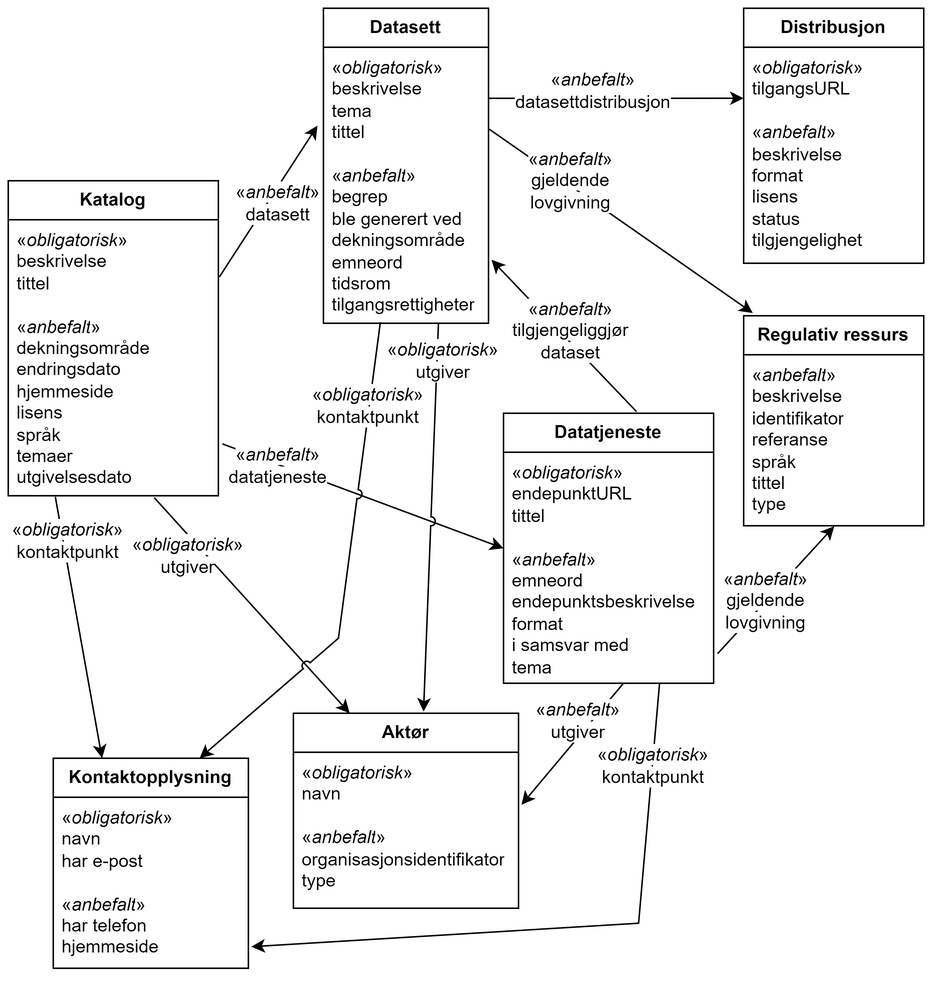
This is docs/images/DCAT-AP-NO-forenklet-fremstilling.png from Informasjonsforvaltning/dcat-ap-no, a draw.io export, as it was before one commit. Source tidied: cells renumbered, new cells last; positions are measured from the earlier drawing's top-left corner, leaving out a move shared by most shapes.
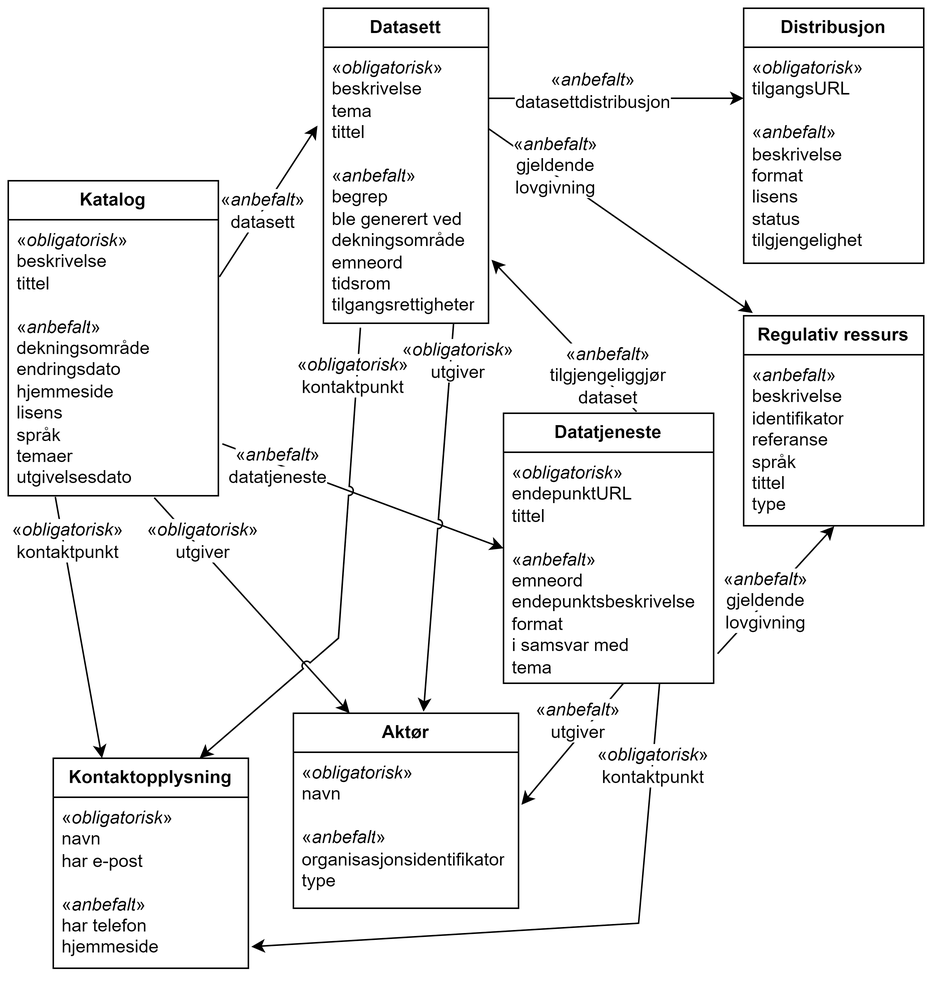
After the change.

Commit message:
Oppdaterer tegning forenklet fremstilling

Change to the diagram source:
```diff
@@ -30,7 +30,7 @@
       <mxGeometry relative="1" as="geometry" />
     </mxCell>
     <mxCell id="11" value="&lt;span style=&quot;background-color: rgb(255, 255, 255);&quot;&gt;«&lt;i&gt;obligatorisk&lt;/i&gt;»&lt;/span&gt;&lt;div&gt;&lt;span style=&quot;background-color: rgb(255, 255, 255);&quot;&gt;utgiver&lt;/span&gt;&lt;/div&gt;" style="text;html=1;align=center;verticalAlign=middle;whiteSpace=wrap;rounded=0;" parent="1" vertex="1">
-      <mxGeometry x="90" y="350" width="60" height="30" as="geometry" />
+      <mxGeometry x="100" y="340" width="60" height="30" as="geometry" />
     </mxCell>
     <mxCell id="12" value="&lt;b&gt;Datasett&lt;/b&gt;" style="swimlane;fontStyle=0;horizontal=1;startSize=26;fillColor=none;whiteSpace=wrap;html=1;" parent="1" vertex="1">
       <mxGeometry x="210" width="110" height="210" as="geometry" />
@@ -48,7 +48,7 @@
       <mxGeometry relative="1" as="geometry" />
     </mxCell>
     <mxCell id="17" value="&lt;span style=&quot;background-color: rgb(255, 255, 255);&quot;&gt;«&lt;i&gt;anbefalt&lt;/i&gt;»&lt;/span&gt;&lt;div&gt;&lt;span style=&quot;background-color: rgb(255, 255, 255);&quot;&gt;datasett&lt;/span&gt;&lt;/div&gt;" style="text;html=1;align=center;verticalAlign=middle;whiteSpace=wrap;rounded=0;" parent="1" vertex="1">
-      <mxGeometry x="150" y="115" width="60" height="30" as="geometry" />
+      <mxGeometry x="140" y="120" width="60" height="30" as="geometry" />
     </mxCell>
     <mxCell id="18" style="endArrow=classic;html=1;rounded=0;exitX=1.019;exitY=0.812;exitDx=0;exitDy=0;entryX=0;entryY=0.416;entryDx=0;entryDy=0;entryPerimeter=0;exitPerimeter=0;" parent="1" edge="1" source="3" target="15">
       <mxGeometry relative="1" as="geometry" />
@@ -56,11 +56,11 @@
     <mxCell id="19" value="&lt;span style=&quot;background-color: rgb(255, 255, 255);&quot;&gt;«&lt;i&gt;anbefalt&lt;/i&gt;»&lt;/span&gt;&lt;div&gt;&lt;span style=&quot;background-color: rgb(255, 255, 255);&quot;&gt;datatjeneste&lt;/span&gt;&lt;/div&gt;" style="text;html=1;align=center;verticalAlign=middle;whiteSpace=wrap;rounded=0;" parent="1" vertex="1">
       <mxGeometry x="150" y="290" width="60" height="30" as="geometry" />
     </mxCell>
-    <mxCell id="20" style="endArrow=classic;html=1;rounded=0;entryX=0.578;entryY=-0.008;entryDx=0;entryDy=0;exitX=0.697;exitY=1;exitDx=0;exitDy=0;exitPerimeter=0;jumpStyle=arc;entryPerimeter=0;" parent="1" edge="1" source="13" target="8">
+    <mxCell id="20" style="endArrow=classic;html=1;rounded=0;entryX=0.578;entryY=-0.008;entryDx=0;entryDy=0;exitX=0.788;exitY=1.002;exitDx=0;exitDy=0;exitPerimeter=0;jumpStyle=arc;entryPerimeter=0;" parent="1" edge="1" source="13" target="8">
       <mxGeometry relative="1" as="geometry" />
     </mxCell>
     <mxCell id="21" value="&lt;span style=&quot;background-color: rgb(255, 255, 255);&quot;&gt;«&lt;i&gt;obligatorisk&lt;/i&gt;»&lt;/span&gt;&lt;div&gt;&lt;span style=&quot;background-color: rgb(255, 255, 255);&quot;&gt;utgiver&lt;/span&gt;&lt;/div&gt;" style="text;html=1;align=center;verticalAlign=middle;whiteSpace=wrap;rounded=0;" parent="1" vertex="1">
-      <mxGeometry x="260" y="220" width="60" height="30" as="geometry" />
+      <mxGeometry x="270" y="220" width="60" height="30" as="geometry" />
     </mxCell>
     <mxCell id="22" value="&lt;b&gt;Distribusjon&lt;/b&gt;" style="swimlane;fontStyle=0;horizontal=1;startSize=26;fillColor=none;whiteSpace=wrap;html=1;" parent="1" vertex="1">
       <mxGeometry x="490" width="120" height="170" as="geometry" />
@@ -86,7 +86,7 @@
       <mxGeometry relative="1" as="geometry" />
     </mxCell>
     <mxCell id="29" value="&lt;span style=&quot;background-color: rgb(255, 255, 255);&quot;&gt;«&lt;i&gt;anbefalt&lt;/i&gt;»&lt;/span&gt;&lt;div&gt;&lt;span style=&quot;background-color: rgb(255, 255, 255);&quot;&gt;gjeldende lovgivning&lt;/span&gt;&lt;/div&gt;" style="text;html=1;align=center;verticalAlign=middle;whiteSpace=wrap;rounded=0;" parent="1" vertex="1">
-      <mxGeometry x="360" y="100" width="30" height="30" as="geometry" />
+      <mxGeometry x="350" y="90" width="30" height="30" as="geometry" />
     </mxCell>
     <mxCell id="30" style="endArrow=classic;html=1;rounded=0;entryX=0.503;entryY=1.003;entryDx=0;entryDy=0;entryPerimeter=0;exitX=1.019;exitY=0.872;exitDx=0;exitDy=0;exitPerimeter=0;" parent="1" edge="1" source="15" target="27">
       <mxGeometry relative="1" as="geometry" />
@@ -110,7 +110,7 @@
     <mxCell id="35" value="&lt;span style=&quot;background-color: rgb(255, 255, 255);&quot;&gt;«&lt;i&gt;obligatorisk&lt;/i&gt;»&lt;/span&gt;&lt;div&gt;&lt;span style=&quot;background-color: rgb(255, 255, 255);&quot;&gt;kontaktpunkt&lt;/span&gt;&lt;/div&gt;" style="text;html=1;align=center;verticalAlign=middle;whiteSpace=wrap;rounded=0;" parent="1" vertex="1">
       <mxGeometry x="400" y="490" width="60" height="30" as="geometry" />
     </mxCell>
-    <mxCell id="36" style="endArrow=classic;html=1;rounded=0;exitX=0.345;exitY=0.996;exitDx=0;exitDy=0;entryX=0.75;entryY=0;entryDx=0;entryDy=0;jumpStyle=arc;exitPerimeter=0;" parent="1" edge="1" source="13" target="4">
+    <mxCell id="36" style="endArrow=classic;html=1;rounded=0;exitX=0.224;exitY=1.016;exitDx=0;exitDy=0;entryX=0.75;entryY=0;entryDx=0;entryDy=0;jumpStyle=arc;exitPerimeter=0;" parent="1" edge="1" source="13" target="4">
       <mxGeometry relative="1" as="geometry">
         <Array as="points">
           <mxPoint x="220" y="420" />
@@ -118,13 +118,13 @@
       </mxGeometry>
     </mxCell>
     <mxCell id="37" value="&lt;span style=&quot;background-color: rgb(255, 255, 255);&quot;&gt;«&lt;i&gt;obligatorisk&lt;/i&gt;»&lt;/span&gt;&lt;div&gt;&lt;span style=&quot;background-color: rgb(255, 255, 255);&quot;&gt;kontaktpunkt&lt;/span&gt;&lt;/div&gt;" style="text;html=1;align=center;verticalAlign=middle;whiteSpace=wrap;rounded=0;" parent="1" vertex="1">
-      <mxGeometry x="210" y="250" width="60" height="30" as="geometry" />
+      <mxGeometry x="200" y="230" width="60" height="30" as="geometry" />
     </mxCell>
     <mxCell id="38" style="endArrow=classic;html=1;rounded=0;entryX=1.018;entryY=0.77;entryDx=0;entryDy=0;entryPerimeter=0;exitX=0.633;exitY=-0.006;exitDx=0;exitDy=0;exitPerimeter=0;" parent="1" edge="1" source="14" target="13">
       <mxGeometry relative="1" as="geometry" />
     </mxCell>
     <mxCell id="39" value="&lt;span style=&quot;background-color: rgb(255, 255, 255);&quot;&gt;«&lt;i&gt;anbefalt&lt;/i&gt;»&lt;/span&gt;&lt;div&gt;&lt;span style=&quot;background-color: rgb(255, 255, 255);&quot;&gt;tilgjengeliggjør dataset&lt;/span&gt;&lt;/div&gt;" style="text;html=1;align=center;verticalAlign=middle;whiteSpace=wrap;rounded=0;" parent="1" vertex="1">
-      <mxGeometry x="360" y="200" width="30" height="30" as="geometry" />
+      <mxGeometry x="385" y="230" width="30" height="30" as="geometry" />
     </mxCell>
   </root>
 </mxGraphModel>
```
